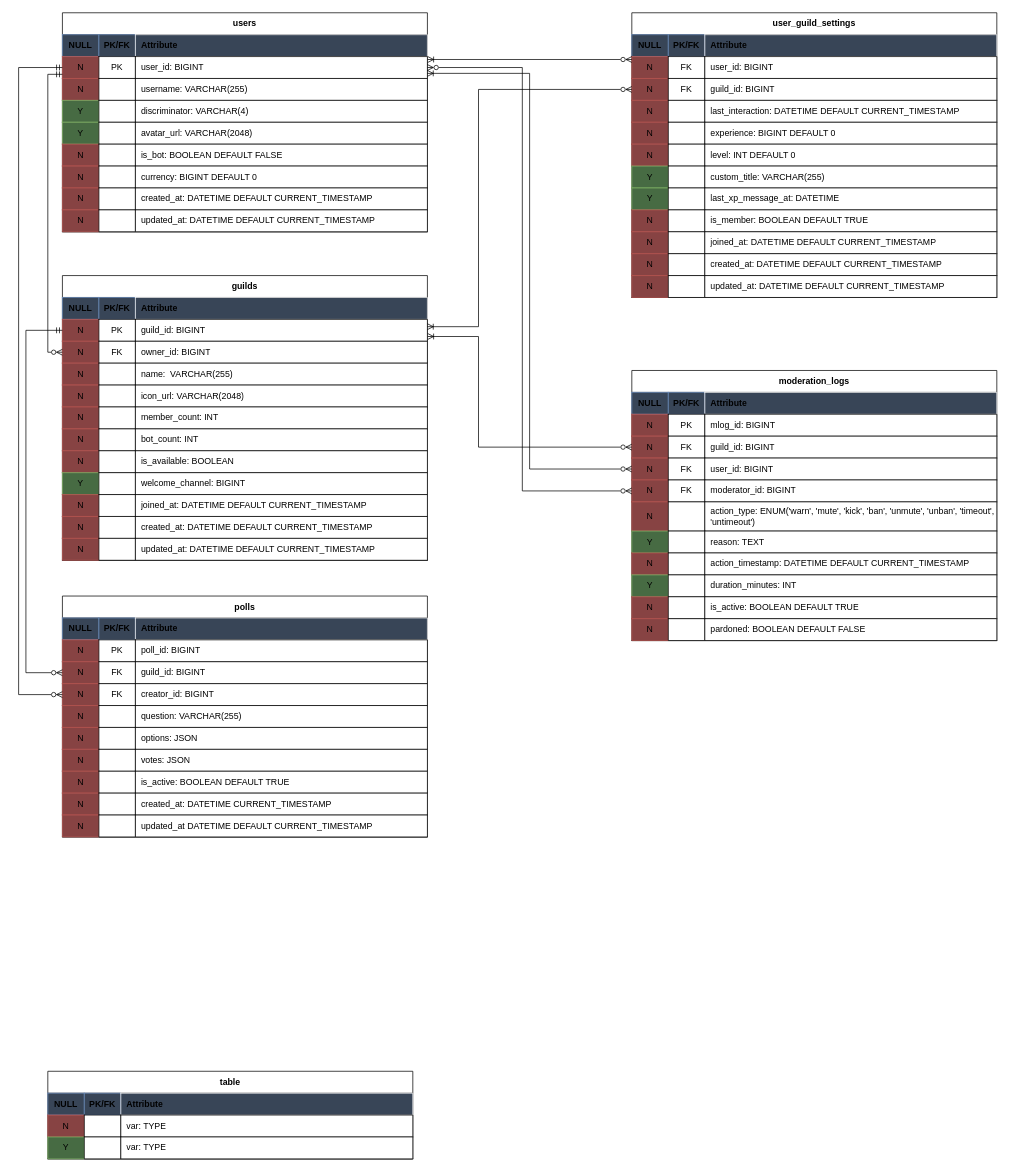
Above: database/diagram.drawio in DeprecatedLogic/shirayume (draw.io), before the change. Source tidied: cells renumbered, new cells numbered last; positions are measured from the earlier drawing's top-left corner, leaving out a move shared by most shapes. Both pictures are drawn from the tidied source at 73%, with x=0, y=0 at pixel (18, 12).
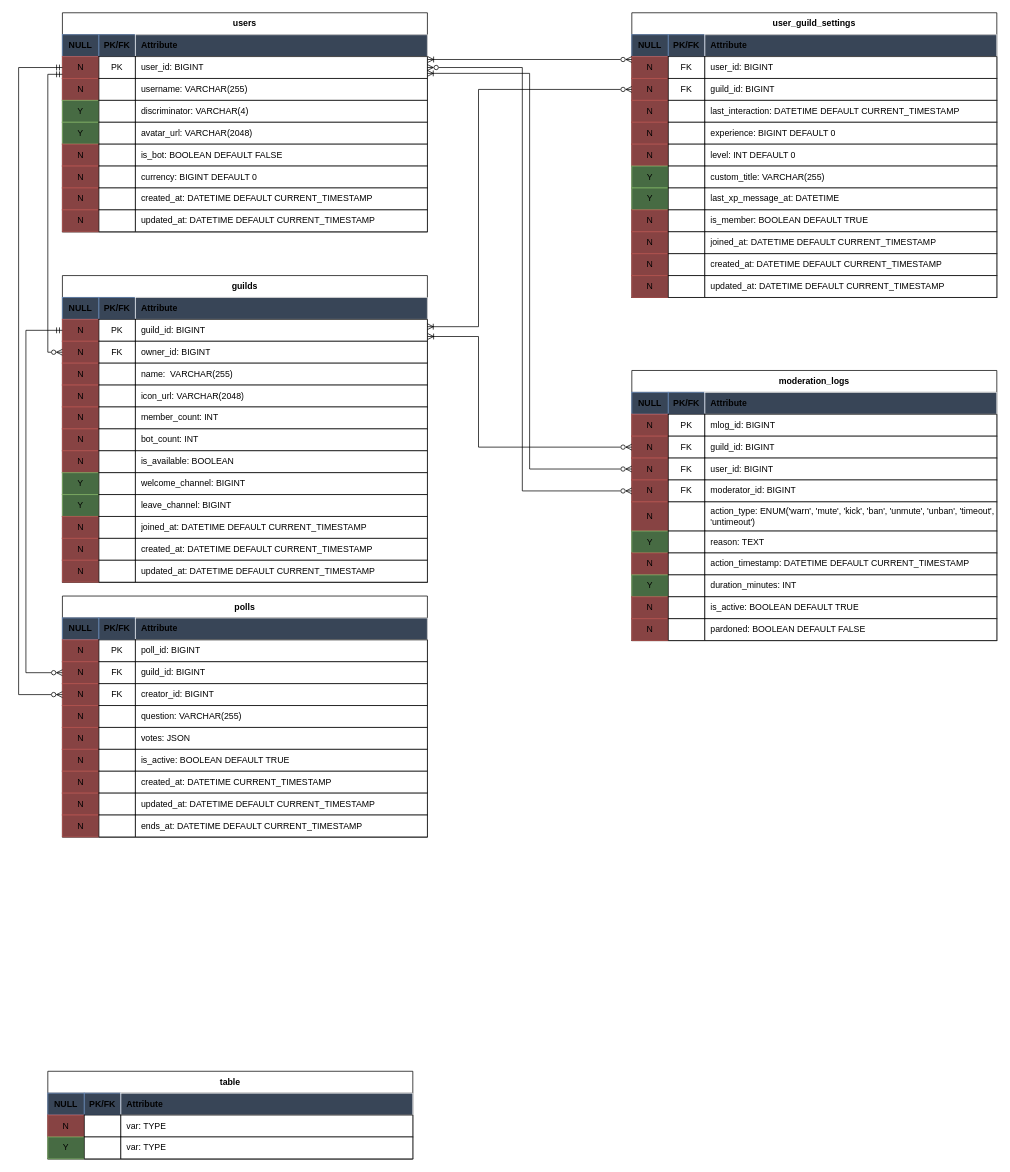
The same diagram, later.

Unchanged cells that the change refers to:
```xml
<mxCell id="201" value="polls" style="shape=table;startSize=30;childLayout=tableLayout;rowLines=0;fontStyle=1;align=center;html=1;whiteSpace=wrap;fillColor=light-dark(#FFFFFF,#36486B);" parent="1" vertex="1">
  <mxGeometry x="60" y="799" width="500" height="330" as="geometry" />
</mxCell>
```

What changed in the source:
```diff
@@
     <mxCell id="39" value="guilds" style="shape=table;startSize=30;childLayout=tableLayout;rowLines=0;fontStyle=1;align=center;html=1;whiteSpace=wrap;fillColor=light-dark(#FFFFFF,#36486B);rounded=0;shadow=0;swimlaneLine=1;" parent="1" vertex="1">
-      <mxGeometry x="60" y="360" width="500" height="390" as="geometry" />
+      <mxGeometry x="60" y="360" width="500" height="420" as="geometry" />
     </mxCell>
@@
+    <mxCell id="244" style="shape=tableRow;horizontal=0;startSize=0;swimlaneHead=0;swimlaneBody=0;top=0;left=0;right=0;bottom=1;html=1;fillColor=none;" parent="39" vertex="1">
+      <mxGeometry y="300" width="500" height="30" as="geometry" />
+    </mxCell>
+    <mxCell id="245" value="Y" style="shape=partialRectangle;top=1;left=1;bottom=1;right=1;fontStyle=0;overflow=hidden;html=1;whiteSpace=wrap;fillColor=light-dark(#476B43,#476B43);strokeColor=#82B366;fillStyle=auto;" parent="244" vertex="1">
+      <mxGeometry width="50" height="30" as="geometry" />
+    </mxCell>
+    <mxCell id="246" style="shape=partialRectangle;top=1;left=1;bottom=1;right=1;fontStyle=0;overflow=hidden;html=1;whiteSpace=wrap;fillColor=default;" parent="244" vertex="1">
+      <mxGeometry x="50" width="50" height="30" as="geometry" />
+    </mxCell>
+    <mxCell id="247" value="leave_channel: BIGINT" style="shape=partialRectangle;top=1;left=1;bottom=1;right=1;align=left;spacingLeft=6;fontStyle=0;overflow=hidden;html=1;whiteSpace=wrap;fillColor=default;" parent="244" vertex="1">
+      <mxGeometry x="100" width="400" height="30" as="geometry" />
+    </mxCell>
     <mxCell id="76" style="shape=tableRow;horizontal=0;startSize=0;swimlaneHead=0;swimlaneBody=0;top=0;left=0;right=0;bottom=1;html=1;fillColor=none;" parent="39" vertex="1">
-      <mxGeometry y="300" width="500" height="30" as="geometry" />
+      <mxGeometry y="330" width="500" height="30" as="geometry" />
     </mxCell>
@@
     <mxCell id="80" style="shape=tableRow;horizontal=0;startSize=0;swimlaneHead=0;swimlaneBody=0;top=0;left=0;right=0;bottom=1;html=1;fillColor=none;" parent="39" vertex="1">
-      <mxGeometry y="330" width="500" height="30" as="geometry" />
+      <mxGeometry y="360" width="500" height="30" as="geometry" />
     </mxCell>
@@
     <mxCell id="84" style="shape=tableRow;horizontal=0;startSize=0;swimlaneHead=0;swimlaneBody=0;top=0;left=0;right=0;bottom=1;html=1;fillColor=none;" parent="39" vertex="1">
-      <mxGeometry y="360" width="500" height="30" as="geometry" />
+      <mxGeometry y="390" width="500" height="30" as="geometry" />
     </mxCell>
@@
-    <mxCell id="222" style="shape=tableRow;horizontal=0;startSize=0;swimlaneHead=0;swimlaneBody=0;top=0;left=0;right=0;bottom=1;html=1;fillColor=none;" parent="201" vertex="1">
-      <mxGeometry y="180" width="500" height="30" as="geometry" />
-    </mxCell>
-    <mxCell id="223" value="N" style="shape=partialRectangle;top=1;left=1;bottom=1;right=1;fontStyle=0;overflow=hidden;html=1;whiteSpace=wrap;fillColor=light-dark(#874343,#874343);strokeColor=#b85450;fillStyle=auto;" parent="222" vertex="1">
-      <mxGeometry width="50" height="30" as="geometry" />
-    </mxCell>
-    <mxCell id="224" style="shape=partialRectangle;top=1;left=1;bottom=1;right=1;fontStyle=0;overflow=hidden;html=1;whiteSpace=wrap;fillColor=default;" parent="222" vertex="1">
-      <mxGeometry x="50" width="50" height="30" as="geometry" />
-    </mxCell>
-    <mxCell id="225" value="options: JSON" style="shape=partialRectangle;top=1;left=1;bottom=1;right=1;align=left;spacingLeft=6;fontStyle=0;overflow=hidden;html=1;whiteSpace=wrap;fillColor=default;" parent="222" vertex="1">
-      <mxGeometry x="100" width="400" height="30" as="geometry" />
-    </mxCell>
     <mxCell id="226" style="shape=tableRow;horizontal=0;startSize=0;swimlaneHead=0;swimlaneBody=0;top=0;left=0;right=0;bottom=1;html=1;fillColor=none;" parent="201" vertex="1">
-      <mxGeometry y="210" width="500" height="30" as="geometry" />
+      <mxGeometry y="180" width="500" height="30" as="geometry" />
     </mxCell>
@@
     <mxCell id="230" style="shape=tableRow;horizontal=0;startSize=0;swimlaneHead=0;swimlaneBody=0;top=0;left=0;right=0;bottom=1;html=1;fillColor=none;" parent="201" vertex="1">
-      <mxGeometry y="240" width="500" height="30" as="geometry" />
+      <mxGeometry y="210" width="500" height="30" as="geometry" />
     </mxCell>
@@
     <mxCell id="234" style="shape=tableRow;horizontal=0;startSize=0;swimlaneHead=0;swimlaneBody=0;top=0;left=0;right=0;bottom=1;html=1;fillColor=none;" parent="201" vertex="1">
-      <mxGeometry y="270" width="500" height="30" as="geometry" />
+      <mxGeometry y="240" width="500" height="30" as="geometry" />
     </mxCell>
@@
     <mxCell id="238" style="shape=tableRow;horizontal=0;startSize=0;swimlaneHead=0;swimlaneBody=0;top=0;left=0;right=0;bottom=1;html=1;fillColor=none;" parent="201" vertex="1">
-      <mxGeometry y="300" width="500" height="30" as="geometry" />
+      <mxGeometry y="270" width="500" height="30" as="geometry" />
     </mxCell>
@@
-    <mxCell id="241" value="updated_at DATETIME DEFAULT CURRENT_TIMESTAMP" style="shape=partialRectangle;top=1;left=1;bottom=1;right=1;align=left;spacingLeft=6;fontStyle=0;overflow=hidden;html=1;whiteSpace=wrap;fillColor=default;" parent="238" vertex="1">
+    <mxCell id="241" value="updated_at: DATETIME DEFAULT CURRENT_TIMESTAMP" style="shape=partialRectangle;top=1;left=1;bottom=1;right=1;align=left;spacingLeft=6;fontStyle=0;overflow=hidden;html=1;whiteSpace=wrap;fillColor=default;" parent="238" vertex="1">
       <mxGeometry x="100" width="400" height="30" as="geometry" />
     </mxCell>
+    <mxCell id="248" style="shape=tableRow;horizontal=0;startSize=0;swimlaneHead=0;swimlaneBody=0;top=0;left=0;right=0;bottom=1;html=1;fillColor=none;" parent="201" vertex="1">
+      <mxGeometry y="300" width="500" height="30" as="geometry" />
+    </mxCell>
+    <mxCell id="223" value="N" style="shape=partialRectangle;top=1;left=1;bottom=1;right=1;fontStyle=0;overflow=hidden;html=1;whiteSpace=wrap;fillColor=light-dark(#874343,#874343);strokeColor=#b85450;fillStyle=auto;" parent="248" vertex="1">
+      <mxGeometry width="50" height="30" as="geometry" />
+    </mxCell>
+    <mxCell id="249" style="shape=partialRectangle;top=1;left=1;bottom=1;right=1;fontStyle=0;overflow=hidden;html=1;whiteSpace=wrap;fillColor=default;" parent="248" vertex="1">
+      <mxGeometry x="50" width="50" height="30" as="geometry" />
+    </mxCell>
+    <mxCell id="250" value="ends_at: DATETIME DEFAULT CURRENT_TIMESTAMP" style="shape=partialRectangle;top=1;left=1;bottom=1;right=1;align=left;spacingLeft=6;fontStyle=0;overflow=hidden;html=1;whiteSpace=wrap;fillColor=default;" parent="248" vertex="1">
+      <mxGeometry x="100" width="400" height="30" as="geometry" />
+    </mxCell>
```
